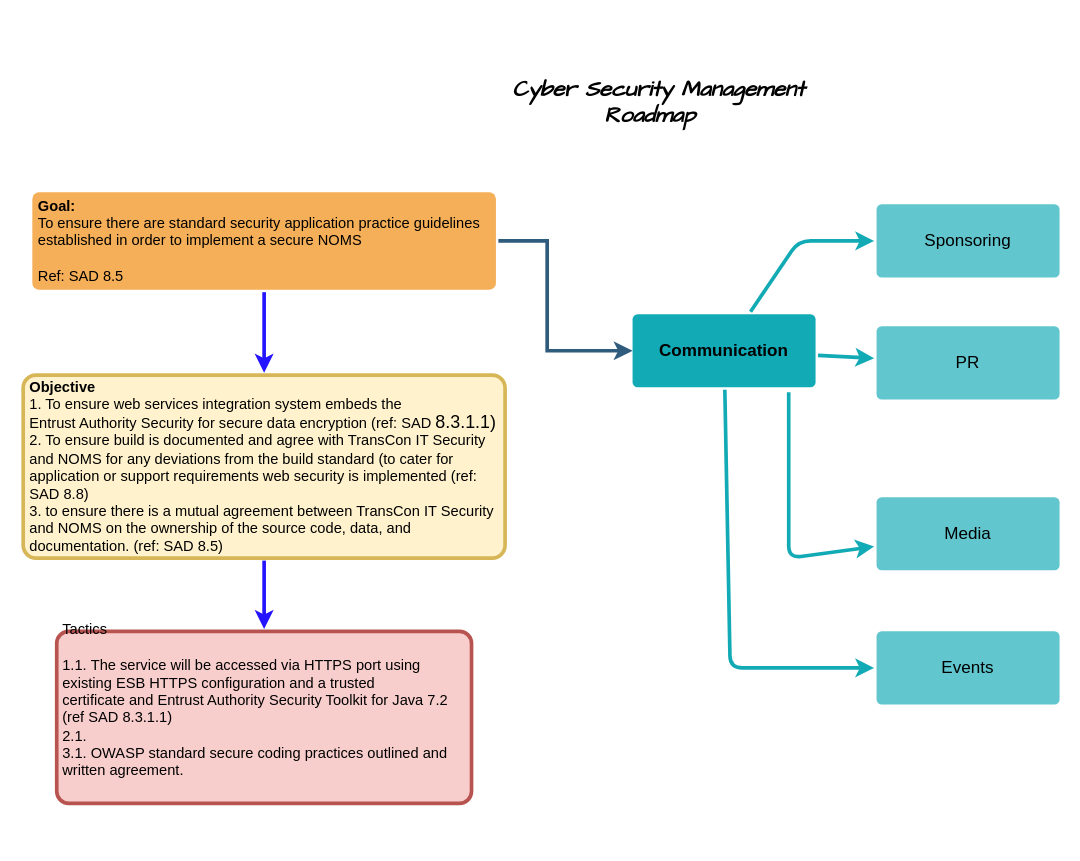
The draw.io diagram Untitled Diagram.drawio in manisharj/datafiles, before the edit. Source tidied: cells renumbered, new cells numbered last; positions are measured from the earlier drawing's top-left corner, leaving out a move shared by most shapes. Both pictures are drawn from the tidied source at 122%, with x=0, y=0 at pixel (22, 21).
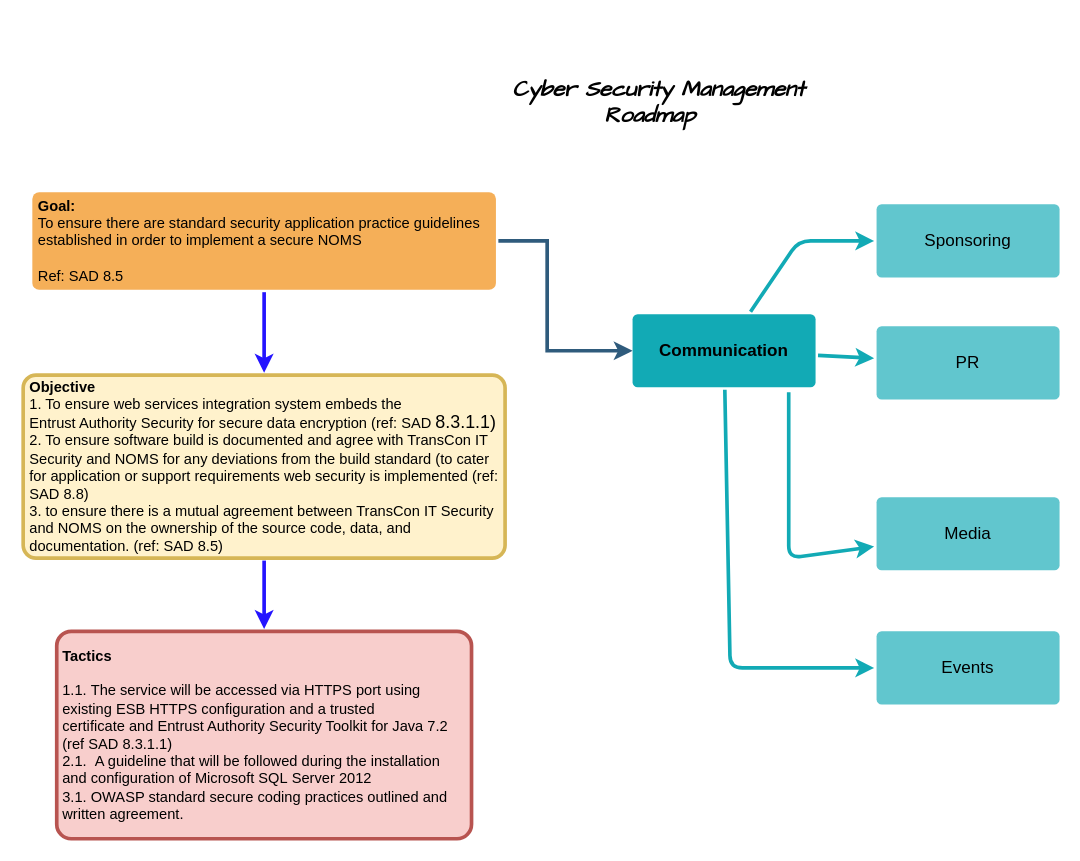
The same diagram, later.

The edit, as a diff of the source:
```diff
@@
-    <mxCell id="3" value="Tactics&lt;br&gt;&lt;br&gt;1.1.&amp;nbsp;&lt;span&gt;The service will be accessed via HTTPS port using existing ESB HTTPS configuration and a trusted&lt;/span&gt;&lt;div&gt;certificate and&amp;nbsp;Entrust Authority Security Toolkit for Java 7.2 (ref SAD 8.3.1.1)&lt;/div&gt;2.1.&amp;nbsp;&lt;br&gt;3.1.&amp;nbsp;OWASP standard secure coding practices outlined and written agreement.&amp;nbsp;&lt;br&gt;&lt;br&gt;&lt;br&gt;" style="rounded=1;whiteSpace=wrap;html=1;shadow=0;labelBackgroundColor=none;strokeColor=#b85450;strokeWidth=3;fillColor=#f8cecc;fontFamily=Helvetica;fontSize=12;align=left;fontStyle=0;spacing=5;arcSize=7;perimeterSpacing=2;" parent="1" vertex="1">
-      <mxGeometry x="28" y="500" width="340" height="141" as="geometry" />
+    <mxCell id="3" value="&lt;b&gt;Tactics&lt;/b&gt;&lt;br&gt;&lt;br&gt;1.1.&amp;nbsp;&lt;span&gt;The service will be accessed via HTTPS port using existing ESB HTTPS configuration and a trusted&lt;/span&gt;&lt;div&gt;certificate and&amp;nbsp;Entrust Authority Security Toolkit for Java 7.2 (ref SAD 8.3.1.1)&lt;/div&gt;2.1.&amp;nbsp;&lt;span&gt;&amp;nbsp;A guideline that will be followed during the installation and configuration of Microsoft SQL&amp;nbsp;&lt;/span&gt;&lt;span&gt;Server 2012&lt;/span&gt;&lt;span&gt;&lt;br&gt;&lt;/span&gt;3.1.&amp;nbsp;OWASP standard secure coding practices outlined and written agreement.&amp;nbsp;" style="rounded=1;whiteSpace=wrap;html=1;shadow=0;labelBackgroundColor=none;strokeColor=#b85450;strokeWidth=3;fillColor=#f8cecc;fontFamily=Helvetica;fontSize=12;align=left;fontStyle=0;spacing=5;arcSize=7;perimeterSpacing=2;" parent="1" vertex="1">
+      <mxGeometry x="28" y="500" width="340" height="170" as="geometry" />
     </mxCell>
@@
-    <mxCell id="5" value="&lt;b&gt;&lt;br&gt;Objective&lt;br&gt;&lt;/b&gt;1. To ensure  web services integration system embeds the&lt;br&gt;Entrust Authority Security for secure data encryption (ref: SAD&amp;nbsp;&lt;span style=&quot;font-size: 11.0pt ; line-height: 107% ; font-family: &amp;#34;calibri&amp;#34; , sans-serif&quot;&gt;8.3.1.1)&lt;/span&gt;&lt;br&gt;2. To ensure build is documented and agree with TransCon&amp;nbsp;IT Security and NOMS for any deviations from the build standard (to cater for&lt;br&gt;application or support requirements web security is implemented (ref: SAD 8.8)&lt;br&gt;3. to ensure there is a mutual agreement between TransCon IT Security and NOMS on the ownership of the source code, data, and documentation. (ref: SAD 8.5)&lt;br&gt;&amp;nbsp;&amp;nbsp;" style="rounded=1;whiteSpace=wrap;html=1;shadow=0;labelBackgroundColor=none;strokeColor=#d6b656;strokeWidth=3;fillColor=#fff2cc;fontFamily=Helvetica;fontSize=12;align=left;spacing=5;fontStyle=0;arcSize=7;perimeterSpacing=2;" parent="1" vertex="1">
+    <mxCell id="5" value="&lt;b&gt;&lt;br&gt;Objective&lt;br&gt;&lt;/b&gt;1. To ensure  web services integration system embeds the&lt;br&gt;Entrust Authority Security for secure data encryption (ref: SAD&amp;nbsp;&lt;span style=&quot;font-size: 11.0pt ; line-height: 107% ; font-family: &amp;#34;calibri&amp;#34; , sans-serif&quot;&gt;8.3.1.1)&lt;/span&gt;&lt;br&gt;2. To ensure software build is documented and agree with TransCon&amp;nbsp;IT Security and NOMS for any deviations from the build standard (to cater for&amp;nbsp;application or support requirements web security is implemented (ref: SAD 8.8)&lt;br&gt;3. to ensure there is a mutual agreement between TransCon IT Security and NOMS on the ownership of the source code, data, and documentation. (ref: SAD 8.5)&lt;br&gt;&amp;nbsp;&amp;nbsp;" style="rounded=1;whiteSpace=wrap;html=1;shadow=0;labelBackgroundColor=none;strokeColor=#d6b656;strokeWidth=3;fillColor=#fff2cc;fontFamily=Helvetica;fontSize=12;align=left;spacing=5;fontStyle=0;arcSize=7;perimeterSpacing=2;" parent="1" vertex="1">
       <mxGeometry x="0.5" y="290" width="395" height="150" as="geometry" />
     </mxCell>
```
